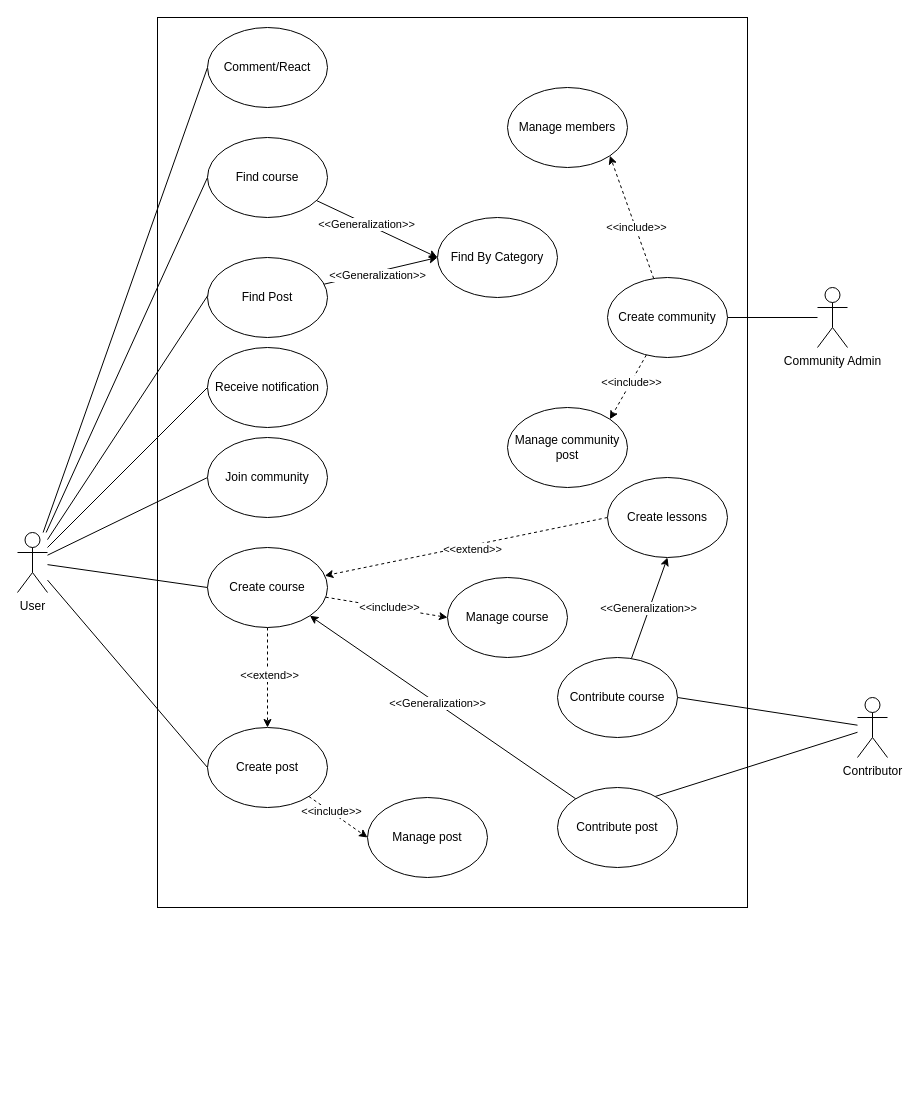
This is usecase.drawio from luongngochuy1903/OpenLearn, a draw.io file, before an edit. Source tidied: cells renumbered, new cells numbered last; positions are measured from the earlier drawing's top-left corner, leaving out a move shared by most shapes. Both pictures are drawn from the tidied source at 100%, with x=0, y=0 at pixel (17, 17).
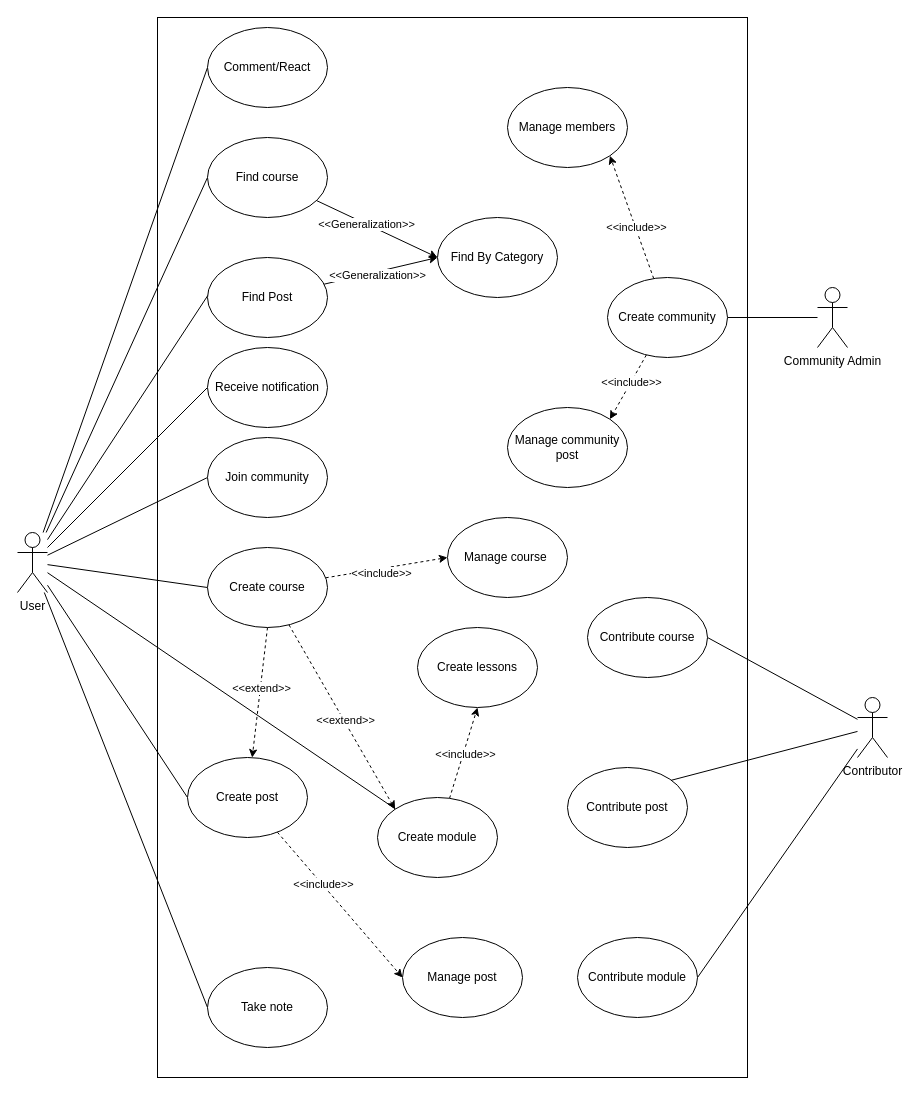
The same page after the edit.

The change refers to these unchanged cells:
```xml
<mxCell id="10" value="User" style="shape=umlActor;verticalLabelPosition=bottom;verticalAlign=top;html=1;" parent="1" vertex="1">
  <mxGeometry y="515" width="30" height="60" as="geometry" />
</mxCell>
<mxCell id="32" value="Create course" style="ellipse;whiteSpace=wrap;html=1;" parent="1" vertex="1">
  <mxGeometry x="190" y="530" width="120" height="80" as="geometry" />
</mxCell>
<mxCell id="44" value="Contributor" style="shape=umlActor;verticalLabelPosition=bottom;verticalAlign=top;html=1;" parent="1" vertex="1">
  <mxGeometry x="840" y="680" width="30" height="60" as="geometry" />
</mxCell>
```

The edit, as a diff of the source:
```diff
@@
     <mxCell id="2" style="html=1;whiteSpace=wrap;" parent="1" vertex="1">
-      <mxGeometry x="140" width="590" height="890" as="geometry" />
+      <mxGeometry x="140" width="590" height="1060" as="geometry" />
     </mxCell>
@@
+    <mxCell id="52" style="rounded=0;jettySize=auto;html=1;endArrow=none;endFill=0;" parent="1" edge="1" source="10" target="59">
+      <mxGeometry relative="1" as="geometry" />
+    </mxCell>
+    <mxCell id="53" style="rounded=0;jettySize=auto;html=1;entryX=0;entryY=0.5;entryDx=0;entryDy=0;endArrow=none;endFill=0;" parent="1" edge="1" source="10" target="60">
+      <mxGeometry relative="1" as="geometry" />
+    </mxCell>
@@
     <mxCell id="27" value="Create post" style="ellipse;whiteSpace=wrap;html=1;" parent="1" vertex="1">
-      <mxGeometry x="190" y="710" width="120" height="80" as="geometry" />
+      <mxGeometry x="170" y="740" width="120" height="80" as="geometry" />
     </mxCell>
-    <mxCell id="28" style="rounded=0;jettySize=auto;html=1;entryX=0;entryY=0.5;entryDx=0;entryDy=0;dashed=1;" parent="1" edge="1" source="32" target="35">
+    <mxCell id="28" style="rounded=0;jettySize=auto;html=1;entryX=0;entryY=0;entryDx=0;entryDy=0;dashed=1;" parent="1" edge="1" source="32" target="59">
       <mxGeometry relative="1" as="geometry" />
     </mxCell>
-    <mxCell id="29" value="&amp;lt;&amp;lt;include&amp;gt;&amp;gt;" style="edgeLabel;html=1;align=center;verticalAlign=middle;" parent="28" vertex="1">
+    <mxCell id="29" value="&amp;lt;&amp;lt;extend&amp;gt;&amp;gt;" style="edgeLabel;html=1;align=center;verticalAlign=middle;" parent="28" vertex="1">
       <mxGeometry x="0.03" y="1" relative="1" as="geometry" />
     </mxCell>
-    <mxCell id="30" style="rounded=0;jettySize=auto;html=1;dashed=1;exitX=0;exitY=0.5;exitDx=0;exitDy=0;" parent="1" edge="1" source="41" target="32">
-      <mxGeometry relative="1" as="geometry" />
-    </mxCell>
-    <mxCell id="31" value="&amp;lt;&amp;lt;extend&amp;gt;&amp;gt;" style="edgeLabel;html=1;align=center;verticalAlign=middle;" parent="30" vertex="1">
-      <mxGeometry x="-0.01" y="3" relative="1" as="geometry">
-        <mxPoint x="4" as="offset" />
-      </mxGeometry>
-    </mxCell>
+    <mxCell id="54" style="rounded=0;jettySize=auto;html=1;entryX=0;entryY=0.5;entryDx=0;entryDy=0;dashed=1;" parent="1" edge="1" source="32" target="35">
+      <mxGeometry relative="1" as="geometry" />
+    </mxCell>
+    <mxCell id="55" value="&amp;lt;&amp;lt;include&amp;gt;&amp;gt;" style="edgeLabel;html=1;align=center;verticalAlign=middle;" parent="54" vertex="1">
+      <mxGeometry x="-0.11" y="-4" relative="1" as="geometry" />
+    </mxCell>
@@
     <mxCell id="34" value="Manage post" style="ellipse;whiteSpace=wrap;html=1;" parent="1" vertex="1">
-      <mxGeometry x="350" y="780" width="120" height="80" as="geometry" />
+      <mxGeometry x="385" y="920" width="120" height="80" as="geometry" />
     </mxCell>
-    <mxCell id="35" value="Manage course" style="ellipse;whiteSpace=wrap;html=1;" parent="1" vertex="1">
-      <mxGeometry x="430" y="560" width="120" height="80" as="geometry" />
-    </mxCell>
@@
     <mxCell id="41" value="Create lessons" style="ellipse;whiteSpace=wrap;html=1;" parent="1" vertex="1">
-      <mxGeometry x="590" y="460" width="120" height="80" as="geometry" />
+      <mxGeometry x="400" y="610" width="120" height="80" as="geometry" />
     </mxCell>
@@
+    <mxCell id="56" style="rounded=0;jettySize=auto;html=1;entryX=1;entryY=0.5;entryDx=0;entryDy=0;endArrow=none;endFill=0;" parent="1" edge="1" source="44" target="61">
+      <mxGeometry relative="1" as="geometry" />
+    </mxCell>
@@
-    <mxCell id="45" style="rounded=0;jettySize=auto;html=1;entryX=1;entryY=1;entryDx=0;entryDy=0;" parent="1" edge="1" source="47" target="32">
-      <mxGeometry relative="1" as="geometry" />
-    </mxCell>
-    <mxCell id="46" value="&amp;lt;&amp;lt;Generalization&amp;gt;&amp;gt;" style="edgeLabel;html=1;align=center;verticalAlign=middle;" parent="45" vertex="1">
-      <mxGeometry x="0.05" relative="1" as="geometry" />
-    </mxCell>
     <mxCell id="47" value="Contribute post" style="ellipse;whiteSpace=wrap;html=1;" parent="1" vertex="1">
-      <mxGeometry x="540" y="770" width="120" height="80" as="geometry" />
+      <mxGeometry x="550" y="750" width="120" height="80" as="geometry" />
     </mxCell>
-    <mxCell id="48" style="rounded=0;jettySize=auto;html=1;entryX=0.5;entryY=1;entryDx=0;entryDy=0;" parent="1" edge="1" source="50" target="41">
-      <mxGeometry relative="1" as="geometry" />
-    </mxCell>
-    <mxCell id="49" value="&amp;lt;&amp;lt;Generalization&amp;gt;&amp;gt;" style="edgeLabel;html=1;align=center;verticalAlign=middle;" parent="48" vertex="1">
-      <mxGeometry x="-0.02" y="1" relative="1" as="geometry" />
-    </mxCell>
     <mxCell id="50" value="Contribute course" style="ellipse;whiteSpace=wrap;html=1;" parent="1" vertex="1">
-      <mxGeometry x="540" y="640" width="120" height="80" as="geometry" />
+      <mxGeometry x="570" y="580" width="120" height="80" as="geometry" />
     </mxCell>
@@
+    <mxCell id="57" style="rounded=0;jettySize=auto;html=1;entryX=0.5;entryY=1;entryDx=0;entryDy=0;dashed=1;" parent="1" edge="1" source="59" target="41">
+      <mxGeometry relative="1" as="geometry" />
+    </mxCell>
+    <mxCell id="58" value="&amp;lt;&amp;lt;include&amp;gt;&amp;gt;" style="edgeLabel;html=1;align=center;verticalAlign=middle;" parent="57" vertex="1">
+      <mxGeometry x="-0.02" y="-2" relative="1" as="geometry" />
+    </mxCell>
+    <mxCell id="59" value="Create module" style="ellipse;whiteSpace=wrap;html=1;" parent="1" vertex="1">
+      <mxGeometry x="360" y="780" width="120" height="80" as="geometry" />
+    </mxCell>
+    <mxCell id="60" value="Take note" style="ellipse;whiteSpace=wrap;html=1;" parent="1" vertex="1">
+      <mxGeometry x="190" y="950" width="120" height="80" as="geometry" />
+    </mxCell>
+    <mxCell id="61" value="Contribute module" style="ellipse;whiteSpace=wrap;html=1;" parent="1" vertex="1">
+      <mxGeometry x="560" y="920" width="120" height="80" as="geometry" />
+    </mxCell>
+    <mxCell id="35" value="Manage course&amp;nbsp;" style="ellipse;whiteSpace=wrap;html=1;" parent="1" vertex="1">
+      <mxGeometry x="430" y="500" width="120" height="80" as="geometry" />
+    </mxCell>
```
